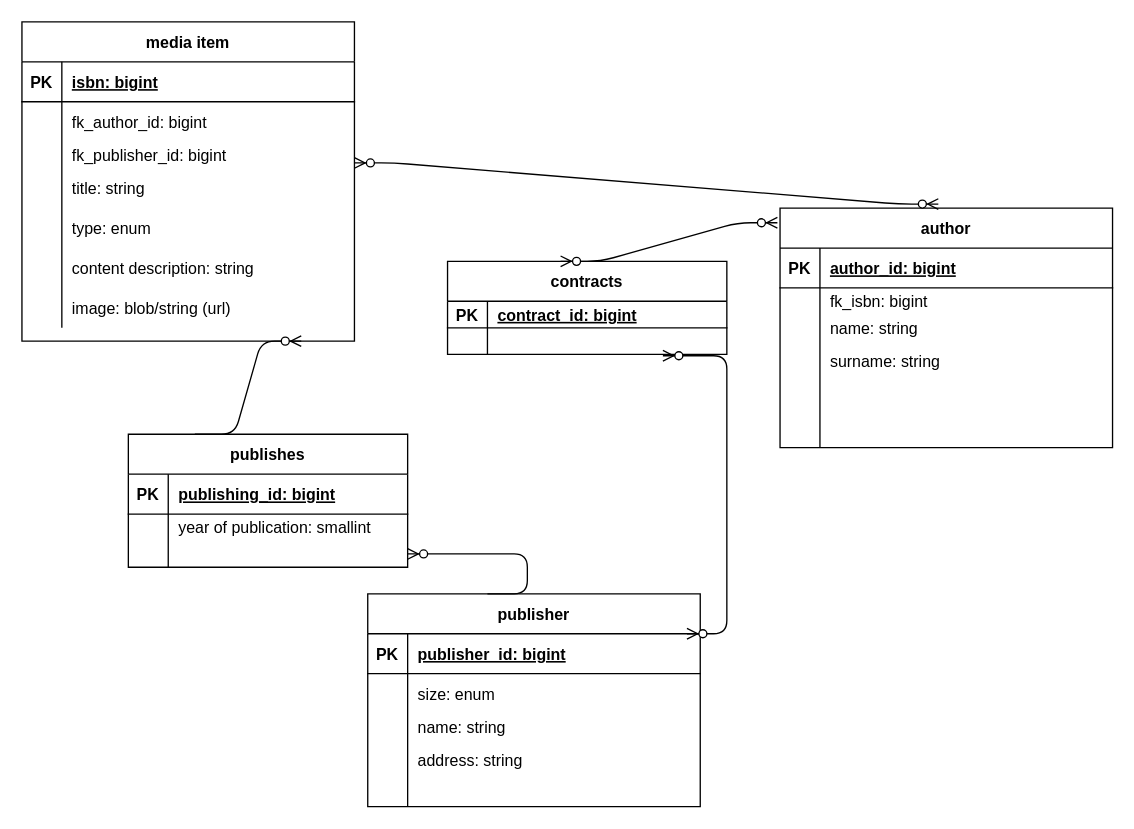
This is UML_ClassDiagram.drawio from Carina20/CFLMS-CodeReview10-Carina, a draw.io file, before an edit. Source tidied: cells renumbered, new cells numbered last; positions are measured from the earlier drawing's top-left corner, leaving out a move shared by most shapes. Both pictures are drawn from the tidied source at 133%, with x=0, y=0 at pixel (21, 21).
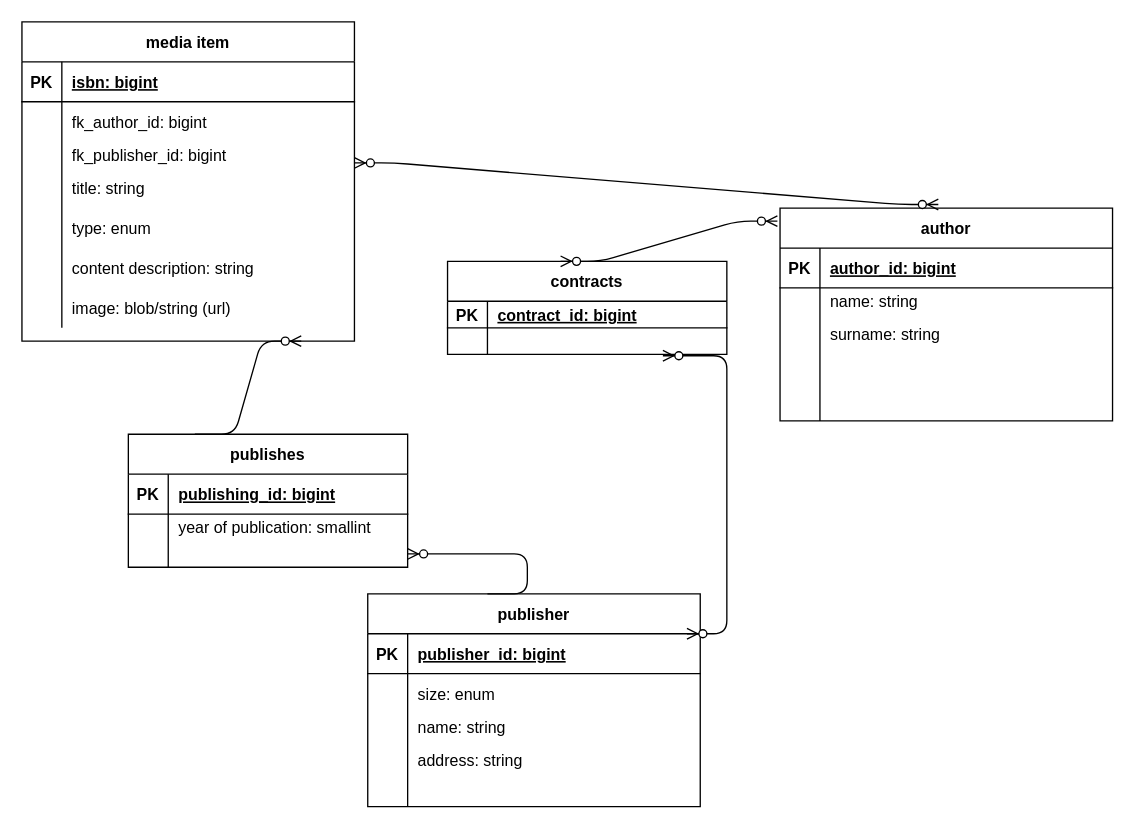
The same diagram, later.

Diff of the diagram source:
```diff
@@
     <mxCell id="24" value="author" style="shape=table;startSize=30;childLayout=tableLayout;rowLines=0;fontStyle=1;align=center;" parent="1" vertex="1">
-      <mxGeometry x="570" y="140" width="250" height="180" as="geometry" />
+      <mxGeometry x="570" y="140" width="250" height="160" as="geometry" />
     </mxCell>
@@
-    <mxCell id="28" style="shape=partialRectangle;fillColor=none;top=0;left=0;right=0;bottom=0;" parent="24" vertex="1">
-      <mxGeometry y="60" width="250" height="20" as="geometry" />
-    </mxCell>
-    <mxCell id="29" style="shape=partialRectangle;overflow=hidden;fillColor=none;top=0;left=0;bottom=0;right=0;" parent="28" vertex="1">
-      <mxGeometry width="30" height="20" as="geometry" />
-    </mxCell>
-    <mxCell id="30" value="fk_isbn: bigint" style="shape=partialRectangle;overflow=hidden;fillColor=none;top=0;left=0;bottom=0;right=0;align=left;spacingLeft=6;" parent="28" vertex="1">
-      <mxGeometry x="30" width="220" height="20" as="geometry" />
-    </mxCell>
     <mxCell id="31" style="shape=partialRectangle;fillColor=none;top=0;left=0;right=0;bottom=0;" parent="24" vertex="1">
-      <mxGeometry y="80" width="250" height="20" as="geometry" />
+      <mxGeometry y="60" width="250" height="20" as="geometry" />
     </mxCell>
@@
     <mxCell id="34" style="shape=partialRectangle;fillColor=none;top=0;left=0;right=0;bottom=0;" parent="24" vertex="1">
-      <mxGeometry y="100" width="250" height="30" as="geometry" />
+      <mxGeometry y="80" width="250" height="30" as="geometry" />
     </mxCell>
@@
     <mxCell id="37" style="shape=partialRectangle;fillColor=none;top=0;left=0;right=0;bottom=0;" parent="24" vertex="1">
-      <mxGeometry y="130" width="250" height="30" as="geometry" />
+      <mxGeometry y="110" width="250" height="30" as="geometry" />
     </mxCell>
@@
     <mxCell id="40" style="shape=partialRectangle;fillColor=none;top=0;left=0;right=0;bottom=0;" parent="24" vertex="1">
-      <mxGeometry y="160" width="250" height="20" as="geometry" />
+      <mxGeometry y="140" width="250" height="20" as="geometry" />
     </mxCell>
```
